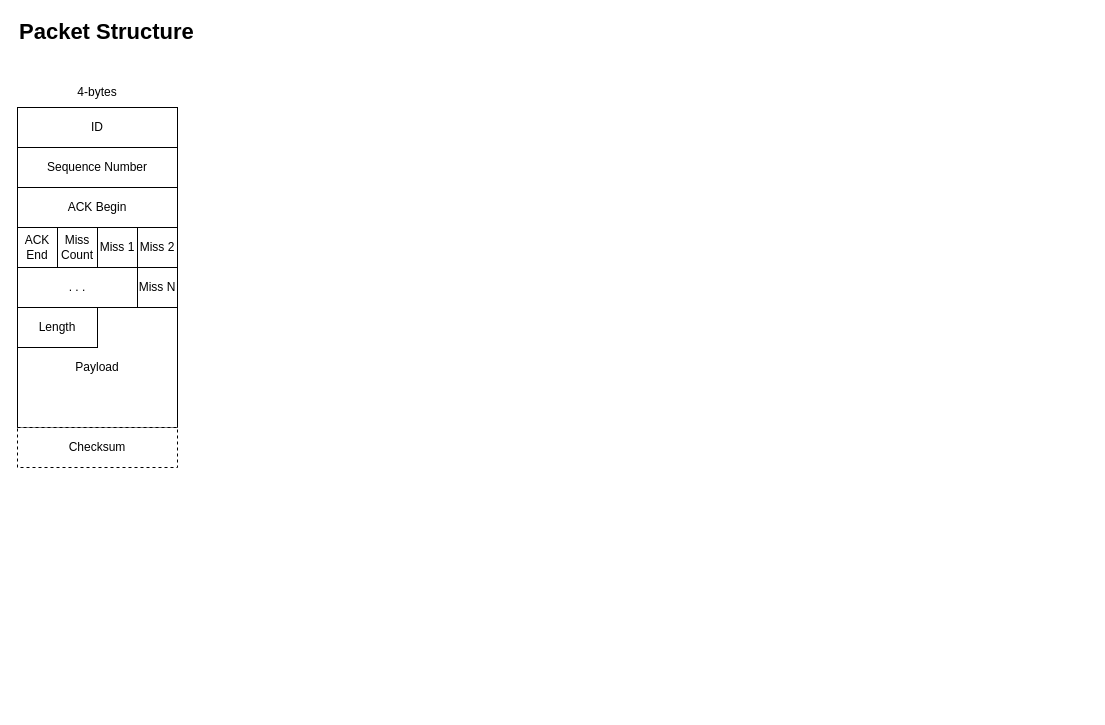
Prototype-Aether/Prototype-Aether keeps this draw.io diagram as page "Packet Structure" (4 of 4) of Software-Architecture.drawio. Above is the earlier version. Source tidied: cells renumbered, new cells numbered last; positions are measured from the earlier drawing's top-left corner, leaving out a move shared by most shapes. Both pictures are drawn from the tidied source at 100%, with x=0, y=0 at pixel (17, 17).
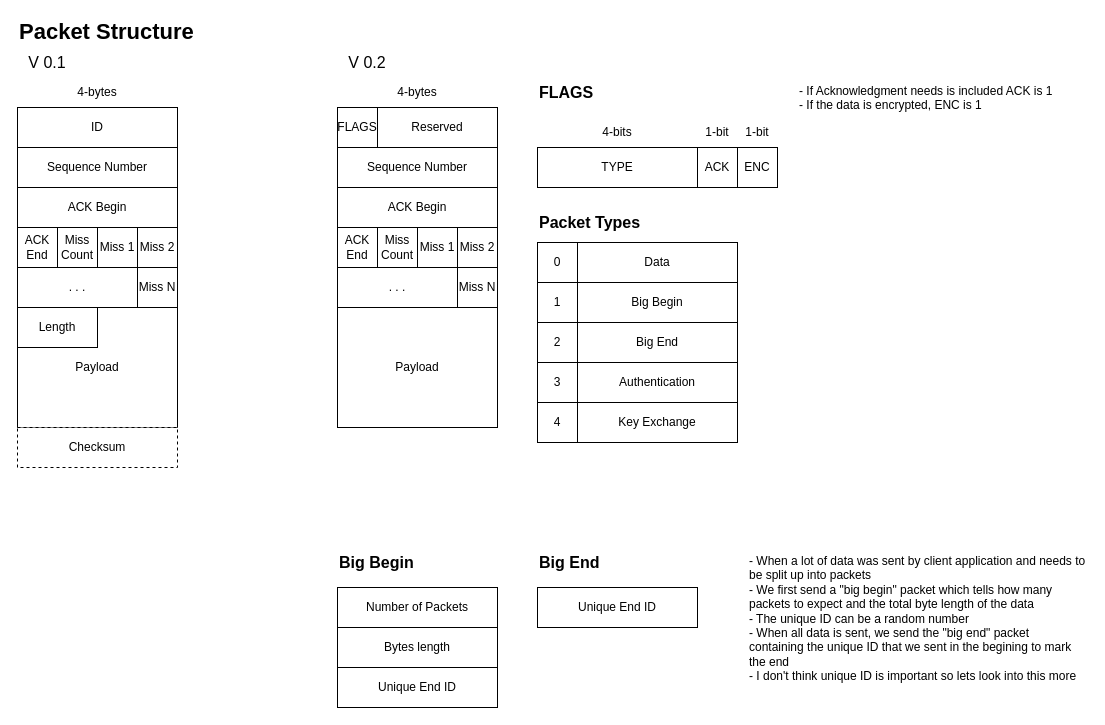
Above is the later version.

Commit message (it also covers changes not shown here):
Updated software architecture with new packet structure

Diff of the diagram source:
```diff
@@
+    <mxCell id="16" value="Sequence Number" style="rounded=0;whiteSpace=wrap;html=1;" parent="1" vertex="1">
+      <mxGeometry x="320" y="130" width="160" height="40" as="geometry" />
+    </mxCell>
+    <mxCell id="17" value="ACK Begin" style="rounded=0;whiteSpace=wrap;html=1;" parent="1" vertex="1">
+      <mxGeometry x="320" y="170" width="160" height="40" as="geometry" />
+    </mxCell>
+    <mxCell id="18" value="ACK End" style="rounded=0;whiteSpace=wrap;html=1;" parent="1" vertex="1">
+      <mxGeometry x="320" y="210" width="40" height="40" as="geometry" />
+    </mxCell>
+    <mxCell id="19" value="Miss Count" style="rounded=0;whiteSpace=wrap;html=1;" parent="1" vertex="1">
+      <mxGeometry x="360" y="210" width="40" height="40" as="geometry" />
+    </mxCell>
+    <mxCell id="20" value="Miss 1" style="rounded=0;whiteSpace=wrap;html=1;" parent="1" vertex="1">
+      <mxGeometry x="400" y="210" width="40" height="40" as="geometry" />
+    </mxCell>
+    <mxCell id="21" value="Miss 2" style="rounded=0;whiteSpace=wrap;html=1;" parent="1" vertex="1">
+      <mxGeometry x="440" y="210" width="40" height="40" as="geometry" />
+    </mxCell>
+    <mxCell id="22" value=". . ." style="rounded=0;whiteSpace=wrap;html=1;" parent="1" vertex="1">
+      <mxGeometry x="320" y="250" width="120" height="40" as="geometry" />
+    </mxCell>
+    <mxCell id="23" value="Miss N" style="rounded=0;whiteSpace=wrap;html=1;" parent="1" vertex="1">
+      <mxGeometry x="440" y="250" width="40" height="40" as="geometry" />
+    </mxCell>
+    <mxCell id="24" value="Payload" style="rounded=0;whiteSpace=wrap;html=1;" parent="1" vertex="1">
+      <mxGeometry x="320" y="290" width="160" height="120" as="geometry" />
+    </mxCell>
+    <mxCell id="25" value="4-bytes" style="text;html=1;strokeColor=none;fillColor=none;align=center;verticalAlign=middle;whiteSpace=wrap;rounded=0;dashed=1;fontSize=12;" parent="1" vertex="1">
+      <mxGeometry x="370" y="60" width="60" height="30" as="geometry" />
+    </mxCell>
+    <mxCell id="26" value="FLAGS" style="rounded=0;whiteSpace=wrap;html=1;" parent="1" vertex="1">
+      <mxGeometry x="320" y="90" width="40" height="40" as="geometry" />
+    </mxCell>
+    <mxCell id="27" value="TYPE" style="rounded=0;whiteSpace=wrap;html=1;" parent="1" vertex="1">
+      <mxGeometry x="520" y="130" width="160" height="40" as="geometry" />
+    </mxCell>
+    <mxCell id="28" value="Reserved" style="rounded=0;whiteSpace=wrap;html=1;" parent="1" vertex="1">
+      <mxGeometry x="360" y="90" width="120" height="40" as="geometry" />
+    </mxCell>
+    <mxCell id="29" value="ACK" style="rounded=0;whiteSpace=wrap;html=1;" parent="1" vertex="1">
+      <mxGeometry x="680" y="130" width="40" height="40" as="geometry" />
+    </mxCell>
+    <mxCell id="30" value="4-bits" style="text;html=1;strokeColor=none;fillColor=none;align=center;verticalAlign=middle;whiteSpace=wrap;rounded=0;dashed=1;fontSize=12;" parent="1" vertex="1">
+      <mxGeometry x="570" y="100" width="60" height="30" as="geometry" />
+    </mxCell>
+    <mxCell id="31" value="1-bit" style="text;html=1;strokeColor=none;fillColor=none;align=center;verticalAlign=middle;whiteSpace=wrap;rounded=0;dashed=1;fontSize=12;" parent="1" vertex="1">
+      <mxGeometry x="680" y="100" width="40" height="30" as="geometry" />
+    </mxCell>
+    <mxCell id="32" value="0" style="rounded=0;whiteSpace=wrap;html=1;" parent="1" vertex="1">
+      <mxGeometry x="520" y="225" width="40" height="40" as="geometry" />
+    </mxCell>
+    <mxCell id="33" value="Data" style="rounded=0;whiteSpace=wrap;html=1;" parent="1" vertex="1">
+      <mxGeometry x="560" y="225" width="160" height="40" as="geometry" />
+    </mxCell>
+    <mxCell id="34" value="1" style="rounded=0;whiteSpace=wrap;html=1;" parent="1" vertex="1">
+      <mxGeometry x="520" y="265" width="40" height="40" as="geometry" />
+    </mxCell>
+    <mxCell id="35" value="Big Begin" style="rounded=0;whiteSpace=wrap;html=1;" parent="1" vertex="1">
+      <mxGeometry x="560" y="265" width="160" height="40" as="geometry" />
+    </mxCell>
+    <mxCell id="36" value="2" style="rounded=0;whiteSpace=wrap;html=1;" parent="1" vertex="1">
+      <mxGeometry x="520" y="305" width="40" height="40" as="geometry" />
+    </mxCell>
+    <mxCell id="37" value="Big End" style="rounded=0;whiteSpace=wrap;html=1;" parent="1" vertex="1">
+      <mxGeometry x="560" y="305" width="160" height="40" as="geometry" />
+    </mxCell>
+    <mxCell id="38" value="3" style="rounded=0;whiteSpace=wrap;html=1;" parent="1" vertex="1">
+      <mxGeometry x="520" y="345" width="40" height="40" as="geometry" />
+    </mxCell>
+    <mxCell id="39" value="Authentication" style="rounded=0;whiteSpace=wrap;html=1;" parent="1" vertex="1">
+      <mxGeometry x="560" y="345" width="160" height="40" as="geometry" />
+    </mxCell>
+    <mxCell id="40" value="ENC" style="rounded=0;whiteSpace=wrap;html=1;" parent="1" vertex="1">
+      <mxGeometry x="720" y="130" width="40" height="40" as="geometry" />
+    </mxCell>
+    <mxCell id="41" value="1-bit" style="text;html=1;strokeColor=none;fillColor=none;align=center;verticalAlign=middle;whiteSpace=wrap;rounded=0;dashed=1;fontSize=12;" parent="1" vertex="1">
+      <mxGeometry x="720" y="100" width="40" height="30" as="geometry" />
+    </mxCell>
+    <mxCell id="42" value="4" style="rounded=0;whiteSpace=wrap;html=1;" parent="1" vertex="1">
+      <mxGeometry x="520" y="385" width="40" height="40" as="geometry" />
+    </mxCell>
+    <mxCell id="43" value="Key Exchange" style="rounded=0;whiteSpace=wrap;html=1;" parent="1" vertex="1">
+      <mxGeometry x="560" y="385" width="160" height="40" as="geometry" />
+    </mxCell>
+    <mxCell id="44" value="Packet Types" style="text;html=1;strokeColor=none;fillColor=none;align=left;verticalAlign=middle;whiteSpace=wrap;rounded=0;fontStyle=1;fontSize=16;" parent="1" vertex="1">
+      <mxGeometry x="520" y="190" width="200" height="30" as="geometry" />
+    </mxCell>
+    <mxCell id="45" value="V 0.2" style="text;html=1;strokeColor=none;fillColor=none;align=center;verticalAlign=middle;whiteSpace=wrap;rounded=0;fontSize=16;" parent="1" vertex="1">
+      <mxGeometry x="320" y="30" width="60" height="30" as="geometry" />
+    </mxCell>
+    <mxCell id="46" value="V 0.1" style="text;html=1;strokeColor=none;fillColor=none;align=center;verticalAlign=middle;whiteSpace=wrap;rounded=0;fontSize=16;" parent="1" vertex="1">
+      <mxGeometry y="30" width="60" height="30" as="geometry" />
+    </mxCell>
+    <mxCell id="47" value="FLAGS" style="text;html=1;strokeColor=none;fillColor=none;align=left;verticalAlign=middle;whiteSpace=wrap;rounded=0;fontStyle=1;fontSize=16;" parent="1" vertex="1">
+      <mxGeometry x="520" y="60" width="200" height="30" as="geometry" />
+    </mxCell>
+    <mxCell id="48" value="Number of Packets" style="rounded=0;whiteSpace=wrap;html=1;" parent="1" vertex="1">
+      <mxGeometry x="320" y="570" width="160" height="40" as="geometry" />
+    </mxCell>
+    <mxCell id="49" value="Big Begin" style="text;html=1;strokeColor=none;fillColor=none;align=left;verticalAlign=middle;whiteSpace=wrap;rounded=0;fontStyle=1;fontSize=16;" parent="1" vertex="1">
+      <mxGeometry x="320" y="530" width="160" height="30" as="geometry" />
+    </mxCell>
+    <mxCell id="50" value="Bytes length" style="rounded=0;whiteSpace=wrap;html=1;" parent="1" vertex="1">
+      <mxGeometry x="320" y="610" width="160" height="40" as="geometry" />
+    </mxCell>
+    <mxCell id="51" value="Unique End ID" style="rounded=0;whiteSpace=wrap;html=1;" parent="1" vertex="1">
+      <mxGeometry x="320" y="650" width="160" height="40" as="geometry" />
+    </mxCell>
+    <mxCell id="52" value="Big End" style="text;html=1;strokeColor=none;fillColor=none;align=left;verticalAlign=middle;whiteSpace=wrap;rounded=0;fontStyle=1;fontSize=16;" parent="1" vertex="1">
+      <mxGeometry x="520" y="530" width="200" height="30" as="geometry" />
+    </mxCell>
+    <mxCell id="53" value="Unique End ID" style="rounded=0;whiteSpace=wrap;html=1;" parent="1" vertex="1">
+      <mxGeometry x="520" y="570" width="160" height="40" as="geometry" />
+    </mxCell>
+    <mxCell id="54" value="- When a lot of data was sent by client application and needs to be split up into packets&lt;br style=&quot;font-size: 12px;&quot;&gt;- We first send a &quot;big begin&quot; packet which tells how many packets to expect and the total byte length of the data&lt;br style=&quot;font-size: 12px;&quot;&gt;- The unique ID can be a random number&lt;br style=&quot;font-size: 12px;&quot;&gt;- When all data is sent, we send the &quot;big end&quot; packet containing the unique ID that we sent in the begining to mark the end&lt;br style=&quot;font-size: 12px;&quot;&gt;- I don't think unique ID is important so lets look into this more" style="text;html=1;strokeColor=none;fillColor=none;align=left;verticalAlign=top;whiteSpace=wrap;rounded=0;fontSize=12;" parent="1" vertex="1">
+      <mxGeometry x="730" y="530" width="340" height="160" as="geometry" />
+    </mxCell>
+    <mxCell id="55" value="- If Acknowledgment needs is included ACK is 1&lt;br style=&quot;font-size: 12px;&quot;&gt;- If the data is encrypted, ENC is 1" style="text;html=1;strokeColor=none;fillColor=none;align=left;verticalAlign=top;whiteSpace=wrap;rounded=0;fontSize=12;" parent="1" vertex="1">
+      <mxGeometry x="780" y="60" width="260" height="130" as="geometry" />
+    </mxCell>
```
